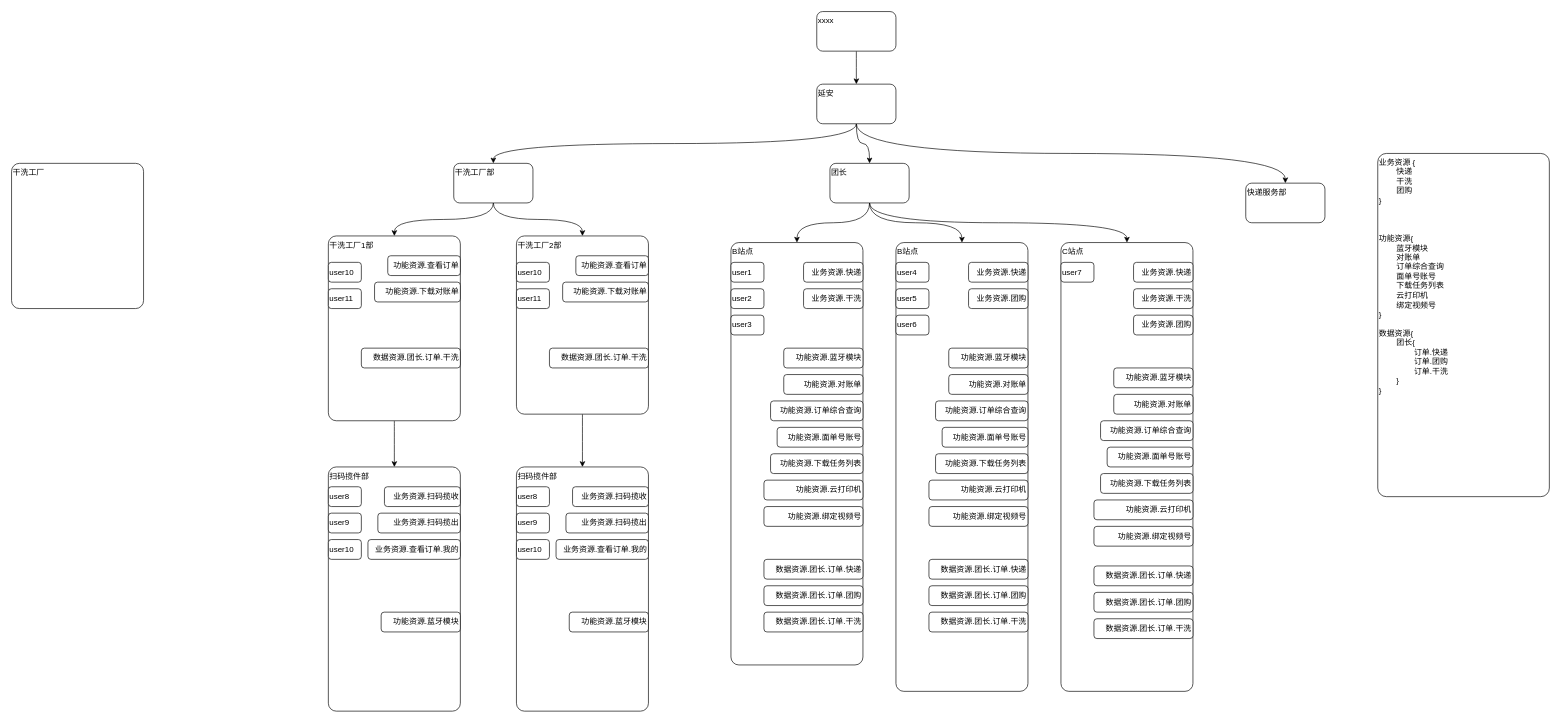
xyfll7/xyfll7.github.io keeps this draw.io diagram as permission.drawio. Above is the earlier version. Source tidied: cells renumbered, new cells numbered last; positions are measured from the earlier drawing's top-left corner, leaving out a move shared by most shapes. Both pictures are drawn from the tidied source at 66%, with x=0, y=0 at pixel (11, 11).
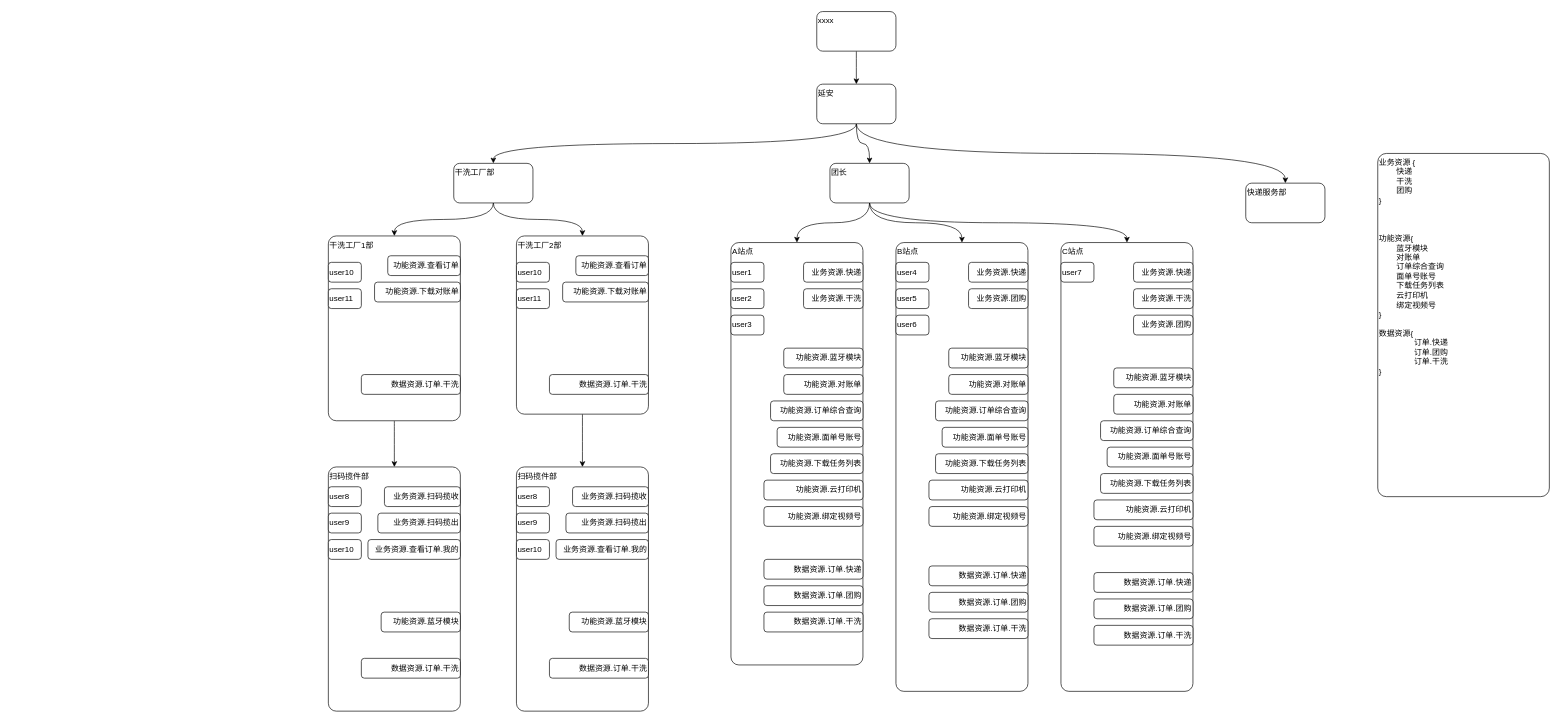
The same page after the edit.

What changed in the source:
```diff
@@
-    <mxCell id="12" value="业务资源 {&lt;div&gt;&lt;span style=&quot;white-space: pre;&quot;&gt;&#9;&lt;/span&gt;快递&lt;br&gt;&lt;/div&gt;&lt;div&gt;&lt;span style=&quot;white-space: pre;&quot;&gt;&#9;&lt;/span&gt;干洗&lt;br&gt;&lt;/div&gt;&lt;div&gt;&lt;span style=&quot;white-space: pre;&quot;&gt;&#9;&lt;/span&gt;团购&lt;br&gt;&lt;/div&gt;&lt;div&gt;}&lt;br&gt;&lt;br&gt;&lt;br&gt;&lt;br&gt;功能资源{&lt;/div&gt;&lt;div&gt;&lt;span style=&quot;white-space: pre;&quot;&gt;&#9;&lt;/span&gt;蓝牙模块&lt;br&gt;&lt;span style=&quot;white-space: pre;&quot;&gt;&#9;&lt;/span&gt;对账单&lt;br&gt;&lt;span style=&quot;white-space: pre;&quot;&gt;&#9;&lt;/span&gt;订单综合查询&lt;br&gt;&lt;/div&gt;&lt;div&gt;&lt;span style=&quot;white-space: pre;&quot;&gt;&#9;&lt;/span&gt;面单号账号&lt;br&gt;&lt;/div&gt;&lt;div&gt;&lt;span style=&quot;white-space: pre;&quot;&gt;&#9;&lt;/span&gt;下载任务列表&lt;br&gt;&lt;/div&gt;&lt;div&gt;&lt;span style=&quot;white-space: pre;&quot;&gt;&#9;&lt;/span&gt;云打印机&lt;br&gt;&lt;/div&gt;&lt;div&gt;&lt;span style=&quot;white-space: pre;&quot;&gt;&#9;&lt;/span&gt;&lt;span style=&quot;background-color: transparent; color: light-dark(rgb(0, 0, 0), rgb(255, 255, 255));&quot;&gt;绑定视频号&lt;/span&gt;&lt;br&gt;&lt;/div&gt;&lt;div&gt;}&lt;br&gt;&lt;br&gt;&lt;div&gt;数据资源{&lt;/div&gt;&lt;div&gt;&lt;span style=&quot;white-space: pre;&quot;&gt;&#9;&lt;/span&gt;团长{&lt;/div&gt;&lt;div&gt;&lt;span style=&quot;white-space: pre;&quot;&gt;&#9;&lt;span style=&quot;white-space: pre;&quot;&gt;&#9;&lt;/span&gt;订单&lt;/span&gt;.快递&lt;/div&gt;&lt;div&gt;&lt;span style=&quot;white-space: pre;&quot;&gt;&#9;&lt;/span&gt;&lt;span style=&quot;white-space: pre;&quot;&gt;&#9;&lt;/span&gt;订单.团购&lt;br&gt;&lt;/div&gt;&lt;div&gt;&lt;span style=&quot;white-space: pre;&quot;&gt;&#9;&lt;/span&gt;&lt;span style=&quot;white-space: pre;&quot;&gt;&#9;&lt;/span&gt;订单.干洗&lt;br&gt;&lt;/div&gt;&lt;div&gt;&lt;span style=&quot;white-space: pre;&quot;&gt;&#9;&lt;/span&gt;}&lt;/div&gt;&lt;div&gt;}&lt;/div&gt;&lt;/div&gt;" style="rounded=1;whiteSpace=wrap;html=1;align=left;verticalAlign=top;arcSize=5;" parent="1" vertex="1">
+    <mxCell id="12" value="业务资源 {&lt;div&gt;&lt;span style=&quot;white-space: pre;&quot;&gt;&#9;&lt;/span&gt;快递&lt;br&gt;&lt;/div&gt;&lt;div&gt;&lt;span style=&quot;white-space: pre;&quot;&gt;&#9;&lt;/span&gt;干洗&lt;br&gt;&lt;/div&gt;&lt;div&gt;&lt;span style=&quot;white-space: pre;&quot;&gt;&#9;&lt;/span&gt;团购&lt;br&gt;&lt;/div&gt;&lt;div&gt;}&lt;br&gt;&lt;br&gt;&lt;br&gt;&lt;br&gt;功能资源{&lt;/div&gt;&lt;div&gt;&lt;span style=&quot;white-space: pre;&quot;&gt;&#9;&lt;/span&gt;蓝牙模块&lt;br&gt;&lt;span style=&quot;white-space: pre;&quot;&gt;&#9;&lt;/span&gt;对账单&lt;br&gt;&lt;span style=&quot;white-space: pre;&quot;&gt;&#9;&lt;/span&gt;订单综合查询&lt;br&gt;&lt;/div&gt;&lt;div&gt;&lt;span style=&quot;white-space: pre;&quot;&gt;&#9;&lt;/span&gt;面单号账号&lt;br&gt;&lt;/div&gt;&lt;div&gt;&lt;span style=&quot;white-space: pre;&quot;&gt;&#9;&lt;/span&gt;下载任务列表&lt;br&gt;&lt;/div&gt;&lt;div&gt;&lt;span style=&quot;white-space: pre;&quot;&gt;&#9;&lt;/span&gt;云打印机&lt;br&gt;&lt;/div&gt;&lt;div&gt;&lt;span style=&quot;white-space: pre;&quot;&gt;&#9;&lt;/span&gt;&lt;span style=&quot;background-color: transparent; color: light-dark(rgb(0, 0, 0), rgb(255, 255, 255));&quot;&gt;绑定视频号&lt;/span&gt;&lt;br&gt;&lt;/div&gt;&lt;div&gt;}&lt;br&gt;&lt;br&gt;&lt;div&gt;数据资源{&lt;/div&gt;&lt;div&gt;&lt;span style=&quot;white-space: pre;&quot;&gt;&#9;&lt;span style=&quot;white-space: pre;&quot;&gt;&#9;&lt;/span&gt;订单&lt;/span&gt;.快递&lt;/div&gt;&lt;div&gt;&lt;span style=&quot;white-space: pre;&quot;&gt;&#9;&lt;/span&gt;&lt;span style=&quot;white-space: pre;&quot;&gt;&#9;&lt;/span&gt;订单.团购&lt;br&gt;&lt;/div&gt;&lt;div&gt;&lt;span style=&quot;white-space: pre;&quot;&gt;&#9;&lt;/span&gt;&lt;span style=&quot;white-space: pre;&quot;&gt;&#9;&lt;/span&gt;订单.干洗&lt;/div&gt;&lt;div&gt;}&lt;/div&gt;&lt;/div&gt;" style="rounded=1;whiteSpace=wrap;html=1;align=left;verticalAlign=top;arcSize=5;" parent="1" vertex="1">
       <mxGeometry x="2070" y="215" width="260" height="520" as="geometry" />
     </mxCell>
@@
-    <mxCell id="24" value="B站点" style="rounded=1;whiteSpace=wrap;html=1;align=left;verticalAlign=top;arcSize=6;" parent="1" vertex="1">
+    <mxCell id="24" value="A站点" style="rounded=1;whiteSpace=wrap;html=1;align=left;verticalAlign=top;arcSize=6;" parent="1" vertex="1">
       <mxGeometry x="1090" y="350" width="200" height="640" as="geometry" />
     </mxCell>
@@
-    <mxCell id="65" value="干洗工厂" style="rounded=1;whiteSpace=wrap;html=1;align=left;verticalAlign=top;arcSize=6;" parent="1" vertex="1">
-      <mxGeometry y="230" width="200" height="220" as="geometry" />
-    </mxCell>
@@
-    <mxCell id="84" value="&lt;div style=&quot;text-align: left;&quot;&gt;&lt;span style=&quot;background-color: transparent; color: light-dark(rgb(0, 0, 0), rgb(255, 255, 255));&quot;&gt;数据资源.团长.订单.快递&lt;/span&gt;&lt;/div&gt;" style="rounded=1;whiteSpace=wrap;html=1;align=right;" parent="1" vertex="1">
-      <mxGeometry x="1640" y="840" width="150" height="30" as="geometry" />
-    </mxCell>
-    <mxCell id="85" value="&lt;div style=&quot;text-align: left;&quot;&gt;&lt;span style=&quot;background-color: transparent; color: light-dark(rgb(0, 0, 0), rgb(255, 255, 255));&quot;&gt;数据资源.团长.订单.团购&lt;/span&gt;&lt;/div&gt;" style="rounded=1;whiteSpace=wrap;html=1;align=right;" parent="1" vertex="1">
-      <mxGeometry x="1640" y="880" width="150" height="30" as="geometry" />
-    </mxCell>
-    <mxCell id="86" value="&lt;div style=&quot;text-align: left;&quot;&gt;&lt;span style=&quot;background-color: transparent; color: light-dark(rgb(0, 0, 0), rgb(255, 255, 255));&quot;&gt;数据资源.团长.订单.干洗&lt;/span&gt;&lt;/div&gt;" style="rounded=1;whiteSpace=wrap;html=1;align=right;" parent="1" vertex="1">
-      <mxGeometry x="1640" y="920" width="150" height="30" as="geometry" />
-    </mxCell>
-    <mxCell id="87" value="&lt;div style=&quot;text-align: left;&quot;&gt;&lt;span style=&quot;background-color: transparent; color: light-dark(rgb(0, 0, 0), rgb(255, 255, 255));&quot;&gt;数据资源.团长.订单.快递&lt;/span&gt;&lt;/div&gt;" style="rounded=1;whiteSpace=wrap;html=1;align=right;" parent="1" vertex="1">
-      <mxGeometry x="1390" y="830" width="150" height="30" as="geometry" />
-    </mxCell>
-    <mxCell id="88" value="&lt;div style=&quot;text-align: left;&quot;&gt;&lt;span style=&quot;background-color: transparent; color: light-dark(rgb(0, 0, 0), rgb(255, 255, 255));&quot;&gt;数据资源.团长.订单.团购&lt;/span&gt;&lt;/div&gt;" style="rounded=1;whiteSpace=wrap;html=1;align=right;" parent="1" vertex="1">
-      <mxGeometry x="1390" y="870" width="150" height="30" as="geometry" />
-    </mxCell>
-    <mxCell id="89" value="&lt;div style=&quot;text-align: left;&quot;&gt;&lt;span style=&quot;background-color: transparent; color: light-dark(rgb(0, 0, 0), rgb(255, 255, 255));&quot;&gt;数据资源.团长.订单.干洗&lt;/span&gt;&lt;/div&gt;" style="rounded=1;whiteSpace=wrap;html=1;align=right;" parent="1" vertex="1">
-      <mxGeometry x="1390" y="910" width="150" height="30" as="geometry" />
-    </mxCell>
-    <mxCell id="90" value="&lt;div style=&quot;text-align: left;&quot;&gt;&lt;span style=&quot;background-color: transparent; color: light-dark(rgb(0, 0, 0), rgb(255, 255, 255));&quot;&gt;数据资源.团长.订单.快递&lt;/span&gt;&lt;/div&gt;" style="rounded=1;whiteSpace=wrap;html=1;align=right;" parent="1" vertex="1">
+    <mxCell id="90" value="&lt;div style=&quot;text-align: left;&quot;&gt;&lt;span style=&quot;background-color: transparent; color: light-dark(rgb(0, 0, 0), rgb(255, 255, 255));&quot;&gt;数据资源.订单.快递&lt;/span&gt;&lt;/div&gt;" style="rounded=1;whiteSpace=wrap;html=1;align=right;" parent="1" vertex="1">
       <mxGeometry x="1140" y="830" width="150" height="30" as="geometry" />
     </mxCell>
-    <mxCell id="91" value="&lt;div style=&quot;text-align: left;&quot;&gt;&lt;span style=&quot;background-color: transparent; color: light-dark(rgb(0, 0, 0), rgb(255, 255, 255));&quot;&gt;数据资源.团长.订单.团购&lt;/span&gt;&lt;/div&gt;" style="rounded=1;whiteSpace=wrap;html=1;align=right;" parent="1" vertex="1">
+    <mxCell id="91" value="&lt;div style=&quot;text-align: left;&quot;&gt;&lt;span style=&quot;background-color: transparent; color: light-dark(rgb(0, 0, 0), rgb(255, 255, 255));&quot;&gt;数据资源.订单.团购&lt;/span&gt;&lt;/div&gt;" style="rounded=1;whiteSpace=wrap;html=1;align=right;" parent="1" vertex="1">
       <mxGeometry x="1140" y="870" width="150" height="30" as="geometry" />
     </mxCell>
-    <mxCell id="92" value="&lt;div style=&quot;text-align: left;&quot;&gt;&lt;span style=&quot;background-color: transparent; color: light-dark(rgb(0, 0, 0), rgb(255, 255, 255));&quot;&gt;数据资源.团长.订单.干洗&lt;/span&gt;&lt;/div&gt;" style="rounded=1;whiteSpace=wrap;html=1;align=right;" parent="1" vertex="1">
+    <mxCell id="92" value="&lt;div style=&quot;text-align: left;&quot;&gt;&lt;span style=&quot;background-color: transparent; color: light-dark(rgb(0, 0, 0), rgb(255, 255, 255));&quot;&gt;数据资源.订单.干洗&lt;/span&gt;&lt;/div&gt;" style="rounded=1;whiteSpace=wrap;html=1;align=right;" parent="1" vertex="1">
       <mxGeometry x="1140" y="910" width="150" height="30" as="geometry" />
     </mxCell>
-    <mxCell id="93" value="&lt;div style=&quot;text-align: left;&quot;&gt;&lt;span style=&quot;background-color: transparent; color: light-dark(rgb(0, 0, 0), rgb(255, 255, 255));&quot;&gt;数据资源.团长.订单.干洗&lt;/span&gt;&lt;/div&gt;" style="rounded=1;whiteSpace=wrap;html=1;align=right;" parent="1" vertex="1">
-      <mxGeometry x="815" y="510" width="150" height="30" as="geometry" />
-    </mxCell>
-    <mxCell id="94" value="&lt;div style=&quot;text-align: left;&quot;&gt;&lt;span style=&quot;background-color: transparent; color: light-dark(rgb(0, 0, 0), rgb(255, 255, 255));&quot;&gt;数据资源.团长.订单.干洗&lt;/span&gt;&lt;/div&gt;" style="rounded=1;whiteSpace=wrap;html=1;align=right;" parent="1" vertex="1">
-      <mxGeometry x="530" y="510" width="150" height="30" as="geometry" />
-    </mxCell>
+    <mxCell id="95" value="&lt;div style=&quot;text-align: left;&quot;&gt;&lt;span style=&quot;background-color: transparent; color: light-dark(rgb(0, 0, 0), rgb(255, 255, 255));&quot;&gt;数据资源.订单.干洗&lt;/span&gt;&lt;/div&gt;" style="rounded=1;whiteSpace=wrap;html=1;align=right;" parent="1" vertex="1">
+      <mxGeometry x="530" y="980" width="150" height="30" as="geometry" />
+    </mxCell>
+    <mxCell id="96" value="&lt;div style=&quot;text-align: left;&quot;&gt;&lt;span style=&quot;background-color: transparent; color: light-dark(rgb(0, 0, 0), rgb(255, 255, 255));&quot;&gt;数据资源.订单.干洗&lt;/span&gt;&lt;/div&gt;" style="rounded=1;whiteSpace=wrap;html=1;align=right;" parent="1" vertex="1">
+      <mxGeometry x="815" y="980" width="150" height="30" as="geometry" />
+    </mxCell>
+    <mxCell id="97" value="&lt;div style=&quot;text-align: left;&quot;&gt;&lt;span style=&quot;background-color: transparent; color: light-dark(rgb(0, 0, 0), rgb(255, 255, 255));&quot;&gt;数据资源.订单.干洗&lt;/span&gt;&lt;/div&gt;" style="rounded=1;whiteSpace=wrap;html=1;align=right;" parent="1" vertex="1">
+      <mxGeometry x="815" y="550" width="150" height="30" as="geometry" />
+    </mxCell>
+    <mxCell id="98" value="&lt;div style=&quot;text-align: left;&quot;&gt;&lt;span style=&quot;background-color: transparent; color: light-dark(rgb(0, 0, 0), rgb(255, 255, 255));&quot;&gt;数据资源.订单.干洗&lt;/span&gt;&lt;/div&gt;" style="rounded=1;whiteSpace=wrap;html=1;align=right;" parent="1" vertex="1">
+      <mxGeometry x="530" y="550" width="150" height="30" as="geometry" />
+    </mxCell>
+    <mxCell id="99" value="&lt;div style=&quot;text-align: left;&quot;&gt;&lt;span style=&quot;background-color: transparent; color: light-dark(rgb(0, 0, 0), rgb(255, 255, 255));&quot;&gt;数据资源.订单.快递&lt;/span&gt;&lt;/div&gt;" style="rounded=1;whiteSpace=wrap;html=1;align=right;" parent="1" vertex="1">
+      <mxGeometry x="1390" y="840" width="150" height="30" as="geometry" />
+    </mxCell>
+    <mxCell id="100" value="&lt;div style=&quot;text-align: left;&quot;&gt;&lt;span style=&quot;background-color: transparent; color: light-dark(rgb(0, 0, 0), rgb(255, 255, 255));&quot;&gt;数据资源.订单.团购&lt;/span&gt;&lt;/div&gt;" style="rounded=1;whiteSpace=wrap;html=1;align=right;" parent="1" vertex="1">
+      <mxGeometry x="1390" y="880" width="150" height="30" as="geometry" />
+    </mxCell>
+    <mxCell id="101" value="&lt;div style=&quot;text-align: left;&quot;&gt;&lt;span style=&quot;background-color: transparent; color: light-dark(rgb(0, 0, 0), rgb(255, 255, 255));&quot;&gt;数据资源.订单.干洗&lt;/span&gt;&lt;/div&gt;" style="rounded=1;whiteSpace=wrap;html=1;align=right;" parent="1" vertex="1">
+      <mxGeometry x="1390" y="920" width="150" height="30" as="geometry" />
+    </mxCell>
+    <mxCell id="102" value="&lt;div style=&quot;text-align: left;&quot;&gt;&lt;span style=&quot;background-color: transparent; color: light-dark(rgb(0, 0, 0), rgb(255, 255, 255));&quot;&gt;数据资源.订单.快递&lt;/span&gt;&lt;/div&gt;" style="rounded=1;whiteSpace=wrap;html=1;align=right;" parent="1" vertex="1">
+      <mxGeometry x="1640" y="850" width="150" height="30" as="geometry" />
+    </mxCell>
+    <mxCell id="103" value="&lt;div style=&quot;text-align: left;&quot;&gt;&lt;span style=&quot;background-color: transparent; color: light-dark(rgb(0, 0, 0), rgb(255, 255, 255));&quot;&gt;数据资源.订单.团购&lt;/span&gt;&lt;/div&gt;" style="rounded=1;whiteSpace=wrap;html=1;align=right;" parent="1" vertex="1">
+      <mxGeometry x="1640" y="890" width="150" height="30" as="geometry" />
+    </mxCell>
+    <mxCell id="104" value="&lt;div style=&quot;text-align: left;&quot;&gt;&lt;span style=&quot;background-color: transparent; color: light-dark(rgb(0, 0, 0), rgb(255, 255, 255));&quot;&gt;数据资源.订单.干洗&lt;/span&gt;&lt;/div&gt;" style="rounded=1;whiteSpace=wrap;html=1;align=right;" parent="1" vertex="1">
+      <mxGeometry x="1640" y="930" width="150" height="30" as="geometry" />
+    </mxCell>
```
